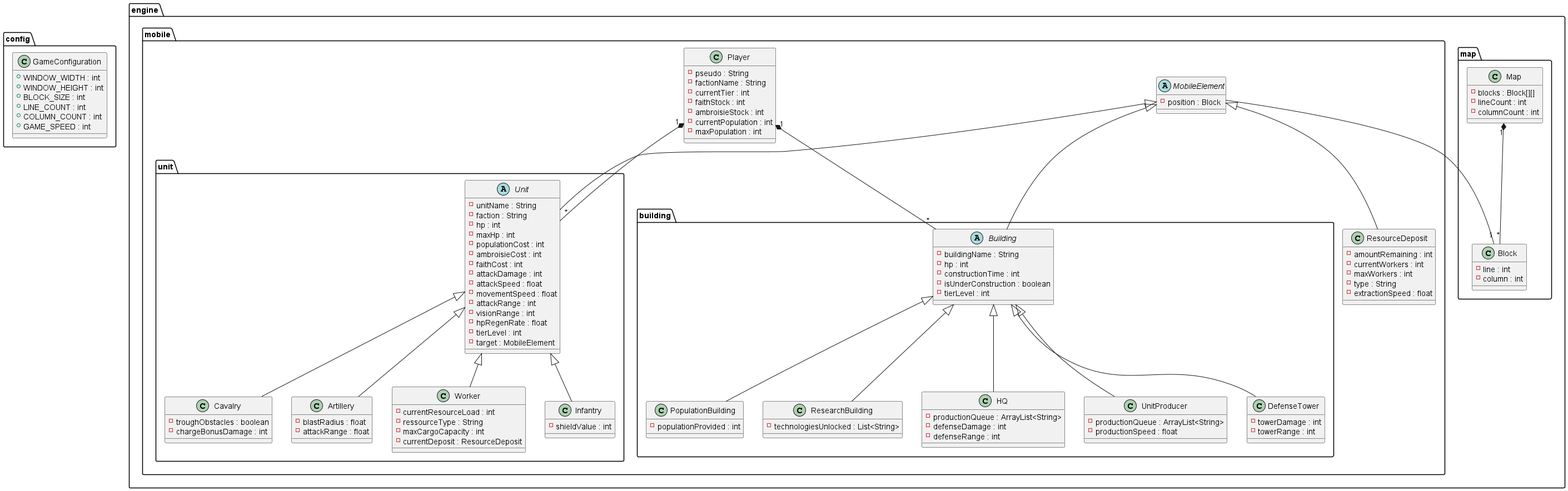
This is otherfiles/GLP_RTS_UML.png from AkahMini/projetRTS, a PlantUML export, as it was before one commit. Source of this version:
```plantuml
@startuml


package config {

class GameConfiguration{
    + WINDOW_WIDTH : int
    + WINDOW_HEIGHT : int
    + BLOCK_SIZE : int
    + LINE_COUNT : int
    + COLUMN_COUNT : int
    + GAME_SPEED : int
}

}

package engine {


package map {

class Block {
    - line : int
    - column : int
}

class Map {
    -blocks : Block[][]
    -lineCount : int
    -columnCount : int
}


}


package mobile {

abstract class MobileElement {
    -position : Block
}



package unit {

abstract class Unit {
    - unitName : String
    - faction : String
    - hp : int
    - maxHp : int
    - populationCost : int
    - ambroisieCost : int
    - faithCost : int
    - attackDamage : int
    - attackSpeed : float
    - movementSpeed : float
    - attackRange : int
    - visionRange : int
    - hpRegenRate : float
    - tierLevel : int
    - target : MobileElement
}

class Worker {
    - currentResourceLoad : int
    - ressourceType : String
    - maxCargoCapacity : int
    - currentDeposit : ResourceDeposit
}

class Infantry {
    - shieldValue : int
}

class Cavalry {
    - troughObstacles : boolean
    - chargeBonusDamage : int
}

class Artillery {
    - blastRadius : float
    - attackRange : float
}

}


package building {

abstract class Building {
    - buildingName : String
    - hp : int
    - constructionTime : int
    - isUnderConstruction : boolean
    - tierLevel : int
}

class HQ {
    - productionQueue : ArrayList<String>
    - defenseDamage : int
    - defenseRange : int
}

class UnitProducer {
    - productionQueue : ArrayList<String>
    - productionSpeed : float
}

class DefenseTower {
    - towerDamage : int
    - towerRange : int
}

class PopulationBuilding {
    - populationProvided : int
}

class ResearchBuilding {
    - technologiesUnlocked : List<String>
}

}


class ResourceDeposit {
    - amountRemaining : int
    - currentWorkers : int
    - maxWorkers : int
    - type : String
    - extractionSpeed : float
}


class Player {
    - pseudo : String
    - factionName : String
    - currentTier : int
    - faithStock : int
    - ambroisieStock : int
    - currentPopulation : int
    - maxPopulation : int
}

}

}

Map "1" *-- "*" Block

MobileElement -- "1" Block

MobileElement <|-- Unit
MobileElement <|-- Building
MobileElement <|-- ResourceDeposit

Unit <|-- Worker
Unit <|-- Infantry
Unit <|-- Cavalry
Unit <|-- Artillery

Building <|-- HQ
Building <|-- UnitProducer
Building <|-- DefenseTower
Building <|-- PopulationBuilding
Building <|-- ResearchBuilding

Player "1" *-- "*" Unit
Player "1" *-- "*" Building

@enduml
```
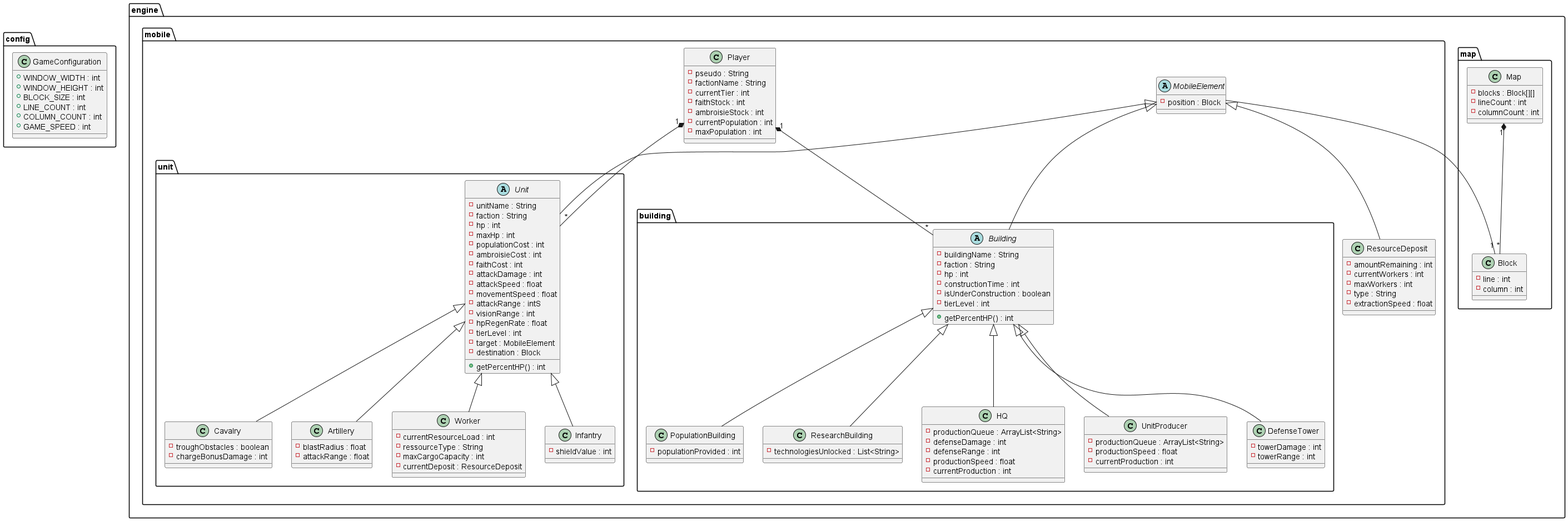
Above is the later version.

Commit message:
UML modiff

Change to the diagram source:
```diff
@@ -55,11 +55,13 @@
     - attackDamage : int
     - attackSpeed : float
     - movementSpeed : float
-    - attackRange : int
+    - attackRange : intS
     - visionRange : int
     - hpRegenRate : float
     - tierLevel : int
     - target : MobileElement
+    - destination : Block
+    + getPercentHP() : int
 }
 
 class Worker {
@@ -90,21 +92,26 @@
 
 abstract class Building {
     - buildingName : String
+    - faction : String
     - hp : int
     - constructionTime : int
     - isUnderConstruction : boolean
     - tierLevel : int
+    + getPercentHP() : int
 }
 
 class HQ {
     - productionQueue : ArrayList<String>
     - defenseDamage : int
     - defenseRange : int
+    - productionSpeed : float
+    - currentProduction : int
 }
 
 class UnitProducer {
     - productionQueue : ArrayList<String>
     - productionSpeed : float
+    - currentProduction : int
 }
 
 class DefenseTower {
```
